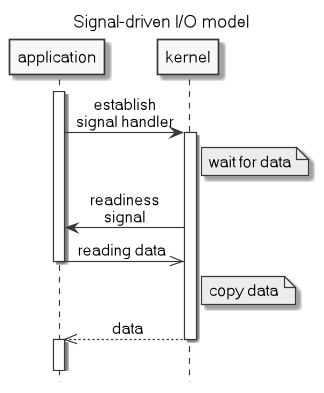
The PlantUML diagram .images/signal_driven_IO_model.png in c0p4c4b4n4/demo-sockets-io-nio-nio2, before a commit.
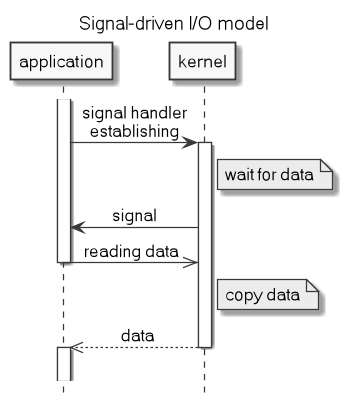
The same file after the commit.

Change to the diagram source:
```diff
@@ -6,10 +6,10 @@
 skinparam titleFontSize 15
 skinparam sequenceMessageAlign center
 activate application
-application->kernel: establish\nsignal handler
+application->kernel: signal handler\nestablishing
 activate kernel
 Note right of kernel: wait for data
-kernel->application: readiness\nsignal
+kernel->application: signal
 application->>kernel: reading data
 deactivate application
 Note right of kernel: copy data
```
